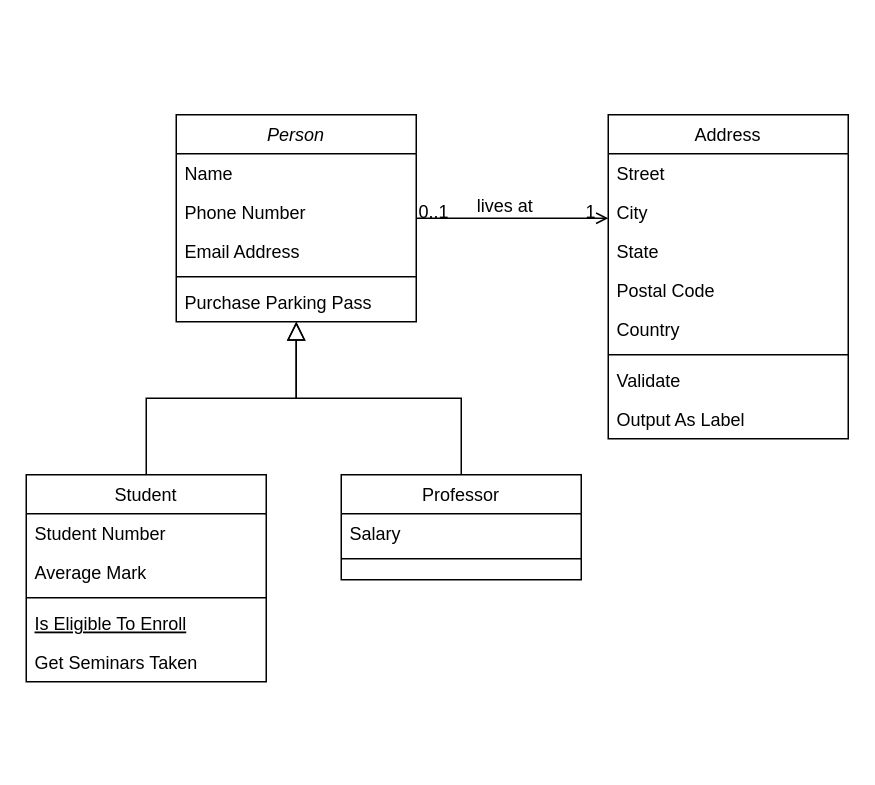
This is LibraryManagementSystem.drawio from divinjoseph009/LibraryManagementSystem, a draw.io file, before an edit. Source tidied: cells renumbered, new cells numbered last; positions are measured from the earlier drawing's top-left corner, leaving out a move shared by most shapes. Both pictures are drawn from the tidied source at 150%, with x=0, y=0 at pixel (26, 114).
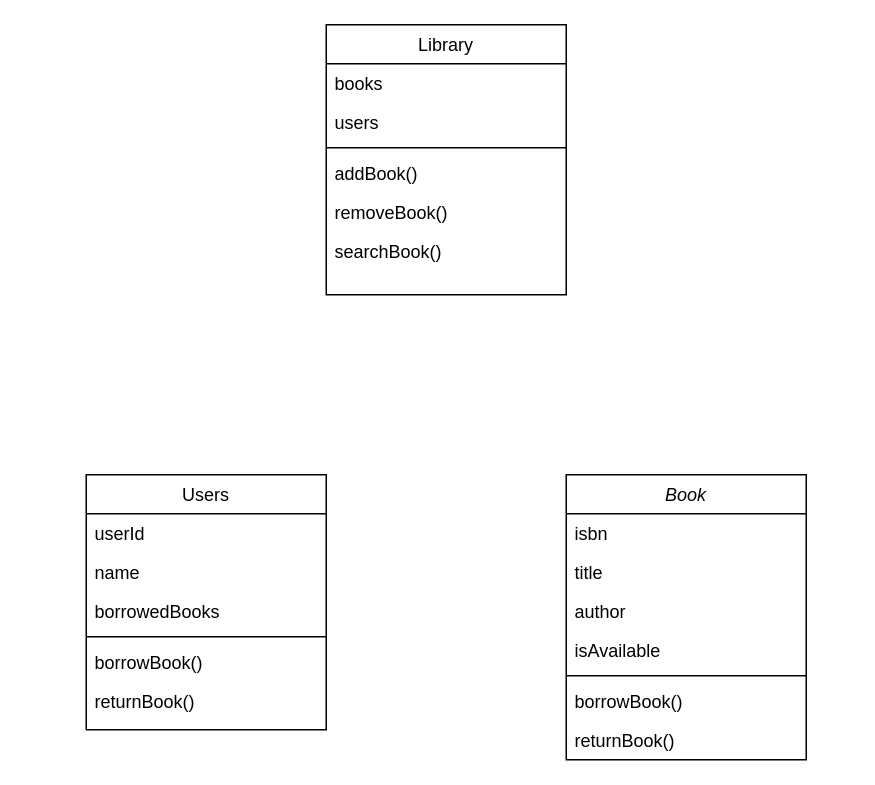
The same page after the edit.

The edit, as a diff of the source:
```diff
@@
-    <mxCell id="2" value="Person" style="swimlane;fontStyle=2;align=center;verticalAlign=top;horizontal=1;startSize=26;rounded=0;shadow=0;strokeWidth=1;" parent="1" vertex="1">
-      <mxGeometry x="100" width="160" height="138" as="geometry" />
+    <mxCell id="2" value="Book" style="swimlane;fontStyle=2;align=center;verticalAlign=top;horizontal=1;startSize=26;rounded=0;shadow=0;strokeWidth=1;" parent="1" vertex="1">
+      <mxGeometry x="360" y="240" width="160" height="190" as="geometry" />
     </mxCell>
-    <mxCell id="3" value="Name" style="text;align=left;verticalAlign=top;spacingLeft=4;spacingRight=4;overflow=hidden;" parent="2" vertex="1">
+    <mxCell id="3" value="isbn" style="text;align=left;verticalAlign=top;spacingLeft=4;spacingRight=4;overflow=hidden;" parent="2" vertex="1">
       <mxGeometry y="26" width="160" height="26" as="geometry" />
     </mxCell>
-    <mxCell id="4" value="Phone Number" style="text;align=left;verticalAlign=top;spacingLeft=4;spacingRight=4;overflow=hidden;rounded=0;shadow=0;html=0;" parent="2" vertex="1">
+    <mxCell id="4" value="title" style="text;align=left;verticalAlign=top;spacingLeft=4;spacingRight=4;overflow=hidden;rounded=0;shadow=0;html=0;" parent="2" vertex="1">
       <mxGeometry y="52" width="160" height="26" as="geometry" />
     </mxCell>
-    <mxCell id="5" value="Email Address" style="text;align=left;verticalAlign=top;spacingLeft=4;spacingRight=4;overflow=hidden;rounded=0;shadow=0;html=0;" parent="2" vertex="1">
+    <mxCell id="5" value="author" style="text;align=left;verticalAlign=top;spacingLeft=4;spacingRight=4;overflow=hidden;rounded=0;shadow=0;html=0;" parent="2" vertex="1">
       <mxGeometry y="78" width="160" height="26" as="geometry" />
     </mxCell>
+    <mxCell id="32" value="isAvailable" style="text;align=left;verticalAlign=top;spacingLeft=4;spacingRight=4;overflow=hidden;rounded=0;shadow=0;html=0;" parent="2" vertex="1">
+      <mxGeometry y="104" width="160" height="26" as="geometry" />
+    </mxCell>
     <mxCell id="6" style="line;html=1;strokeWidth=1;align=left;verticalAlign=middle;spacingTop=-1;spacingLeft=3;spacingRight=3;labelPosition=right;" parent="2" vertex="1">
-      <mxGeometry y="104" width="160" height="8" as="geometry" />
+      <mxGeometry y="130" width="160" height="8" as="geometry" />
     </mxCell>
-    <mxCell id="7" value="Purchase Parking Pass" style="text;align=left;verticalAlign=top;spacingLeft=4;spacingRight=4;overflow=hidden;" parent="2" vertex="1">
-      <mxGeometry y="112" width="160" height="26" as="geometry" />
+    <mxCell id="7" value="borrowBook()" style="text;align=left;verticalAlign=top;spacingLeft=4;spacingRight=4;overflow=hidden;" parent="2" vertex="1">
+      <mxGeometry y="138" width="160" height="26" as="geometry" />
     </mxCell>
+    <mxCell id="33" value="returnBook()" style="text;align=left;verticalAlign=top;spacingLeft=4;spacingRight=4;overflow=hidden;" parent="2" vertex="1">
+      <mxGeometry y="164" width="160" height="26" as="geometry" />
+    </mxCell>
-    <mxCell id="8" value="Student" style="swimlane;fontStyle=0;align=center;verticalAlign=top;horizontal=1;startSize=26;rounded=0;shadow=0;strokeWidth=1;" parent="1" vertex="1">
-      <mxGeometry y="240" width="160" height="138" as="geometry" />
+    <mxCell id="8" value="Library" style="swimlane;fontStyle=0;align=center;verticalAlign=top;horizontal=1;startSize=26;rounded=0;shadow=0;strokeWidth=1;" parent="1" vertex="1">
+      <mxGeometry x="200" y="-60" width="160" height="180" as="geometry" />
     </mxCell>
-    <mxCell id="9" value="Student Number" style="text;align=left;verticalAlign=top;spacingLeft=4;spacingRight=4;overflow=hidden;" parent="8" vertex="1">
+    <mxCell id="9" value="books" style="text;align=left;verticalAlign=top;spacingLeft=4;spacingRight=4;overflow=hidden;" parent="8" vertex="1">
       <mxGeometry y="26" width="160" height="26" as="geometry" />
     </mxCell>
-    <mxCell id="10" value="Average Mark" style="text;align=left;verticalAlign=top;spacingLeft=4;spacingRight=4;overflow=hidden;rounded=0;shadow=0;html=0;" parent="8" vertex="1">
+    <mxCell id="10" value="users" style="text;align=left;verticalAlign=top;spacingLeft=4;spacingRight=4;overflow=hidden;rounded=0;shadow=0;html=0;" parent="8" vertex="1">
       <mxGeometry y="52" width="160" height="26" as="geometry" />
     </mxCell>
@@
-    <mxCell id="12" value="Is Eligible To Enroll" style="text;align=left;verticalAlign=top;spacingLeft=4;spacingRight=4;overflow=hidden;fontStyle=4;" parent="8" vertex="1">
+    <mxCell id="12" value="addBook()" style="text;align=left;verticalAlign=top;spacingLeft=4;spacingRight=4;overflow=hidden;fontStyle=0;" parent="8" vertex="1">
       <mxGeometry y="86" width="160" height="26" as="geometry" />
     </mxCell>
-    <mxCell id="13" value="Get Seminars Taken" style="text;align=left;verticalAlign=top;spacingLeft=4;spacingRight=4;overflow=hidden;" parent="8" vertex="1">
+    <mxCell id="13" value="removeBook()" style="text;align=left;verticalAlign=top;spacingLeft=4;spacingRight=4;overflow=hidden;" parent="8" vertex="1">
       <mxGeometry y="112" width="160" height="26" as="geometry" />
     </mxCell>
-    <mxCell id="14" style="endArrow=block;endSize=10;endFill=0;shadow=0;strokeWidth=1;rounded=0;curved=0;edgeStyle=elbowEdgeStyle;elbow=vertical;" parent="1" edge="1" source="8" target="2">
-      <mxGeometry relative="1" as="geometry" />
-    </mxCell>
-    <mxCell id="15" value="Professor" style="swimlane;fontStyle=0;align=center;verticalAlign=top;horizontal=1;startSize=26;rounded=0;shadow=0;strokeWidth=1;" parent="1" vertex="1">
-      <mxGeometry x="210" y="240" width="160" height="70" as="geometry" />
-    </mxCell>
-    <mxCell id="16" value="Salary" style="text;align=left;verticalAlign=top;spacingLeft=4;spacingRight=4;overflow=hidden;" parent="15" vertex="1">
-      <mxGeometry y="26" width="160" height="26" as="geometry" />
-    </mxCell>
-    <mxCell id="17" style="line;html=1;strokeWidth=1;align=left;verticalAlign=middle;spacingTop=-1;spacingLeft=3;spacingRight=3;labelPosition=right;" parent="15" vertex="1">
-      <mxGeometry y="52" width="160" height="8" as="geometry" />
-    </mxCell>
-    <mxCell id="18" style="endArrow=block;endSize=10;endFill=0;shadow=0;strokeWidth=1;rounded=0;curved=0;edgeStyle=elbowEdgeStyle;elbow=vertical;" parent="1" edge="1" source="15" target="2">
-      <mxGeometry relative="1" as="geometry" />
-    </mxCell>
+    <mxCell id="34" value="searchBook()" style="text;align=left;verticalAlign=top;spacingLeft=4;spacingRight=4;overflow=hidden;" parent="8" vertex="1">
+      <mxGeometry y="138" width="160" height="26" as="geometry" />
+    </mxCell>
-    <mxCell id="19" value="Address" style="swimlane;fontStyle=0;align=center;verticalAlign=top;horizontal=1;startSize=26;rounded=0;shadow=0;strokeWidth=1;" parent="1" vertex="1">
-      <mxGeometry x="388" width="160" height="216" as="geometry" />
+    <mxCell id="19" value="Users&#10;&#10;" style="swimlane;fontStyle=0;align=center;verticalAlign=top;horizontal=1;startSize=26;rounded=0;shadow=0;strokeWidth=1;" parent="1" vertex="1">
+      <mxGeometry x="40" y="240" width="160" height="170" as="geometry" />
     </mxCell>
-    <mxCell id="20" value="Street" style="text;align=left;verticalAlign=top;spacingLeft=4;spacingRight=4;overflow=hidden;" parent="19" vertex="1">
+    <mxCell id="20" value="userId" style="text;align=left;verticalAlign=top;spacingLeft=4;spacingRight=4;overflow=hidden;" parent="19" vertex="1">
       <mxGeometry y="26" width="160" height="26" as="geometry" />
     </mxCell>
-    <mxCell id="21" value="City" style="text;align=left;verticalAlign=top;spacingLeft=4;spacingRight=4;overflow=hidden;rounded=0;shadow=0;html=0;" parent="19" vertex="1">
+    <mxCell id="21" value="name" style="text;align=left;verticalAlign=top;spacingLeft=4;spacingRight=4;overflow=hidden;rounded=0;shadow=0;html=0;" parent="19" vertex="1">
       <mxGeometry y="52" width="160" height="26" as="geometry" />
     </mxCell>
-    <mxCell id="22" value="State" style="text;align=left;verticalAlign=top;spacingLeft=4;spacingRight=4;overflow=hidden;rounded=0;shadow=0;html=0;" parent="19" vertex="1">
+    <mxCell id="22" value="borrowedBooks" style="text;align=left;verticalAlign=top;spacingLeft=4;spacingRight=4;overflow=hidden;rounded=0;shadow=0;html=0;" parent="19" vertex="1">
       <mxGeometry y="78" width="160" height="26" as="geometry" />
     </mxCell>
-    <mxCell id="23" value="Postal Code" style="text;align=left;verticalAlign=top;spacingLeft=4;spacingRight=4;overflow=hidden;rounded=0;shadow=0;html=0;" parent="19" vertex="1">
-      <mxGeometry y="104" width="160" height="26" as="geometry" />
-    </mxCell>
-    <mxCell id="24" value="Country" style="text;align=left;verticalAlign=top;spacingLeft=4;spacingRight=4;overflow=hidden;rounded=0;shadow=0;html=0;" parent="19" vertex="1">
-      <mxGeometry y="130" width="160" height="26" as="geometry" />
-    </mxCell>
     <mxCell id="25" style="line;html=1;strokeWidth=1;align=left;verticalAlign=middle;spacingTop=-1;spacingLeft=3;spacingRight=3;labelPosition=right;" parent="19" vertex="1">
-      <mxGeometry y="156" width="160" height="8" as="geometry" />
+      <mxGeometry y="104" width="160" height="8" as="geometry" />
     </mxCell>
-    <mxCell id="26" value="Validate" style="text;align=left;verticalAlign=top;spacingLeft=4;spacingRight=4;overflow=hidden;" parent="19" vertex="1">
-      <mxGeometry y="164" width="160" height="26" as="geometry" />
+    <mxCell id="26" value="borrowBook()" style="text;align=left;verticalAlign=top;spacingLeft=4;spacingRight=4;overflow=hidden;" parent="19" vertex="1">
+      <mxGeometry y="112" width="160" height="26" as="geometry" />
     </mxCell>
-    <mxCell id="27" value="Output As Label" style="text;align=left;verticalAlign=top;spacingLeft=4;spacingRight=4;overflow=hidden;" parent="19" vertex="1">
-      <mxGeometry y="190" width="160" height="26" as="geometry" />
+    <mxCell id="27" value="returnBook()" style="text;align=left;verticalAlign=top;spacingLeft=4;spacingRight=4;overflow=hidden;" parent="19" vertex="1">
+      <mxGeometry y="138" width="160" height="26" as="geometry" />
     </mxCell>
-    <mxCell id="28" style="endArrow=open;shadow=0;strokeWidth=1;rounded=0;curved=0;endFill=1;edgeStyle=elbowEdgeStyle;elbow=vertical;" parent="1" edge="1" source="2" target="19">
-      <mxGeometry x="0.5" y="41" relative="1" as="geometry">
-        <mxPoint x="-40" y="32" as="offset" />
-      </mxGeometry>
-    </mxCell>
-    <mxCell id="29" value="0..1" style="align=left;verticalAlign=bottom;labelBackgroundColor=none;fontSize=12;" parent="28" vertex="1">
-      <mxGeometry x="-1" relative="1" as="geometry">
-        <mxPoint y="4" as="offset" />
-      </mxGeometry>
-    </mxCell>
-    <mxCell id="30" value="1" style="align=right;verticalAlign=bottom;labelBackgroundColor=none;fontSize=12;" parent="28" vertex="1">
-      <mxGeometry x="1" relative="1" as="geometry">
-        <mxPoint x="-7" y="4" as="offset" />
-      </mxGeometry>
-    </mxCell>
-    <mxCell id="31" value="lives at" style="text;html=1;align=center;verticalAlign=middle;labelBackgroundColor=none;rounded=0;shadow=0;strokeWidth=1;fontSize=12;" parent="28" vertex="1">
-      <mxGeometry x="0.5" y="49" relative="1" as="geometry">
-        <mxPoint x="-38" y="40" as="offset" />
-      </mxGeometry>
-    </mxCell>
```
